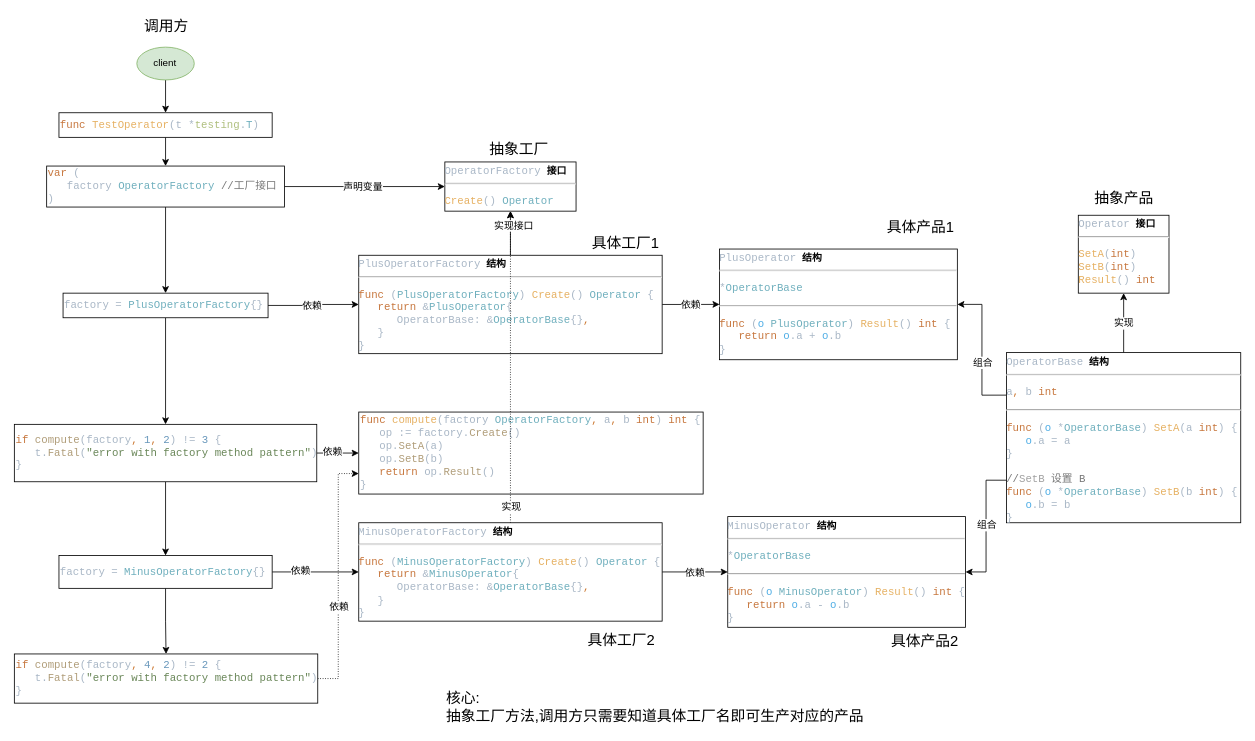
Before: page "工厂方法" (5 of 24) of 设计模式.drawio in ssbandjl/golang-design-pattern, a draw.io diagram. Source tidied: cells renumbered, new cells numbered last; positions are measured from the earlier drawing's top-left corner, leaving out a move shared by most shapes. Both pictures are drawn from the tidied source at 82%, with x=0, y=0 at pixel (14, 14).
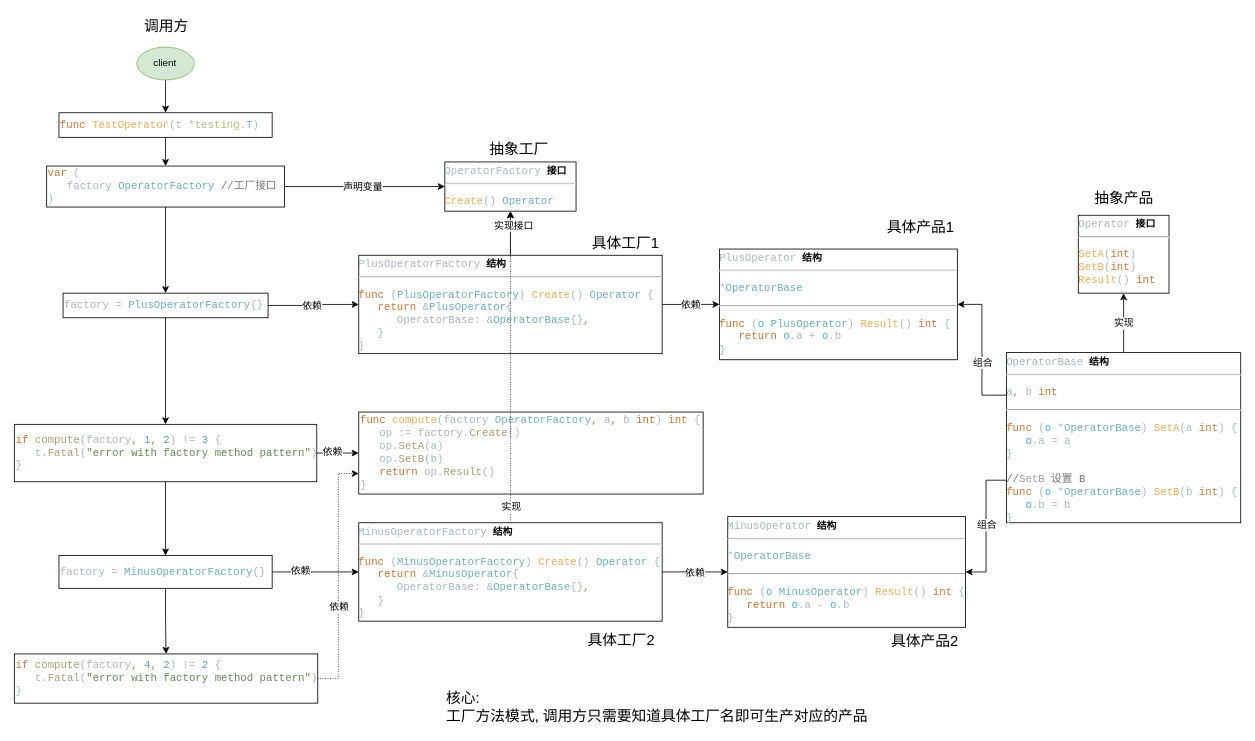
The same diagram, later.

The edit, as a diff of the source:
```diff
@@
-    <mxCell id="46" value="核心:&lt;br&gt;抽象工厂方法,调用方只需要知道具体工厂名即可生产对应的产品&amp;nbsp;" style="text;html=1;align=left;verticalAlign=middle;fontSize=18;" parent="1" vertex="1">
+    <mxCell id="46" value="核心:&lt;br&gt;工厂方法模式, 调用方只需要知道具体工厂名即可生产对应的产品&amp;nbsp;" style="text;html=1;align=left;verticalAlign=middle;fontSize=18;" parent="1" vertex="1">
       <mxGeometry x="525" y="820" width="530" height="50" as="geometry" />
     </mxCell>
```
